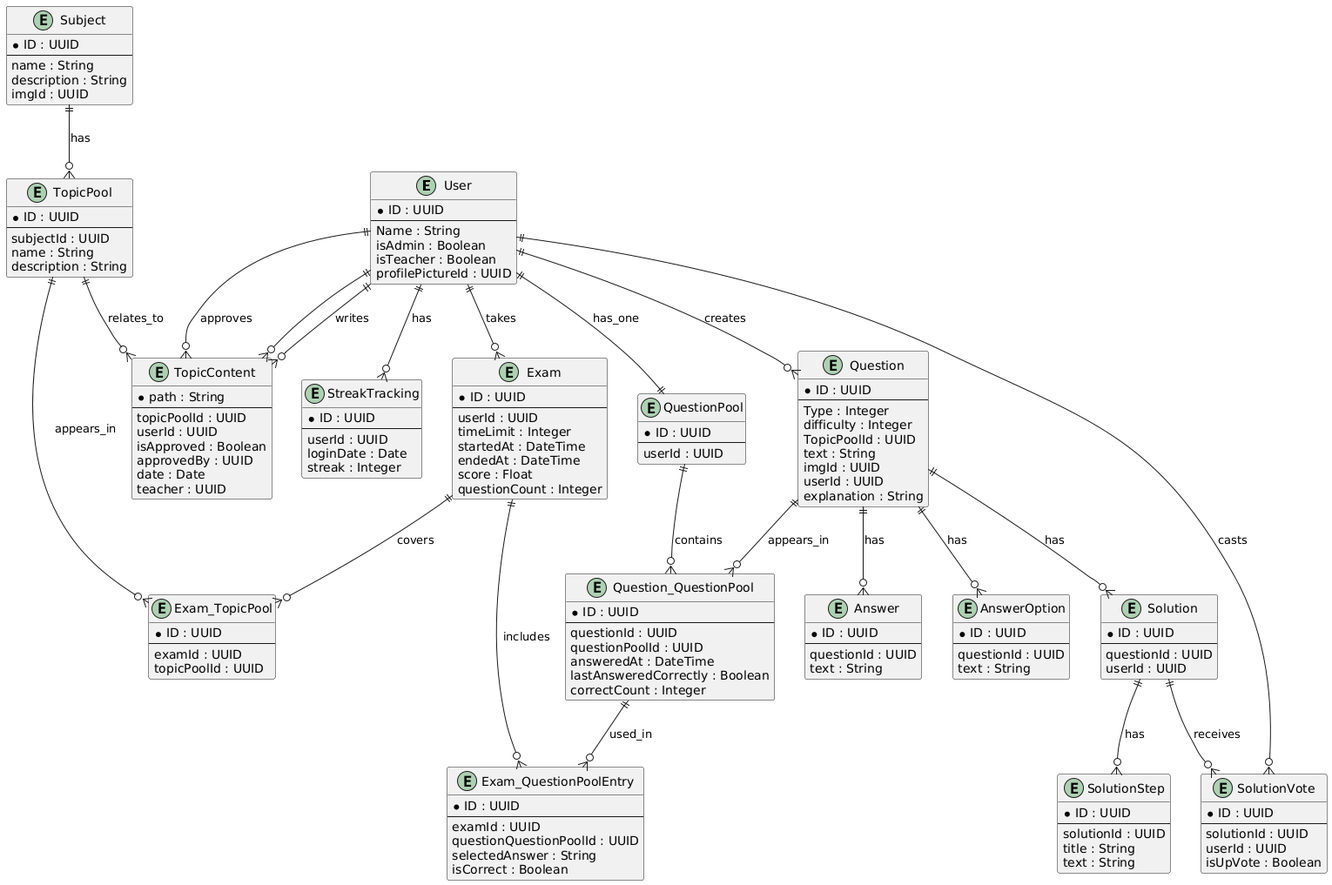
LearnHubDipl/Diplomarbeit keeps this PlantUML diagram as documentation/datamodel/datamodel.png. Above is the earlier version.
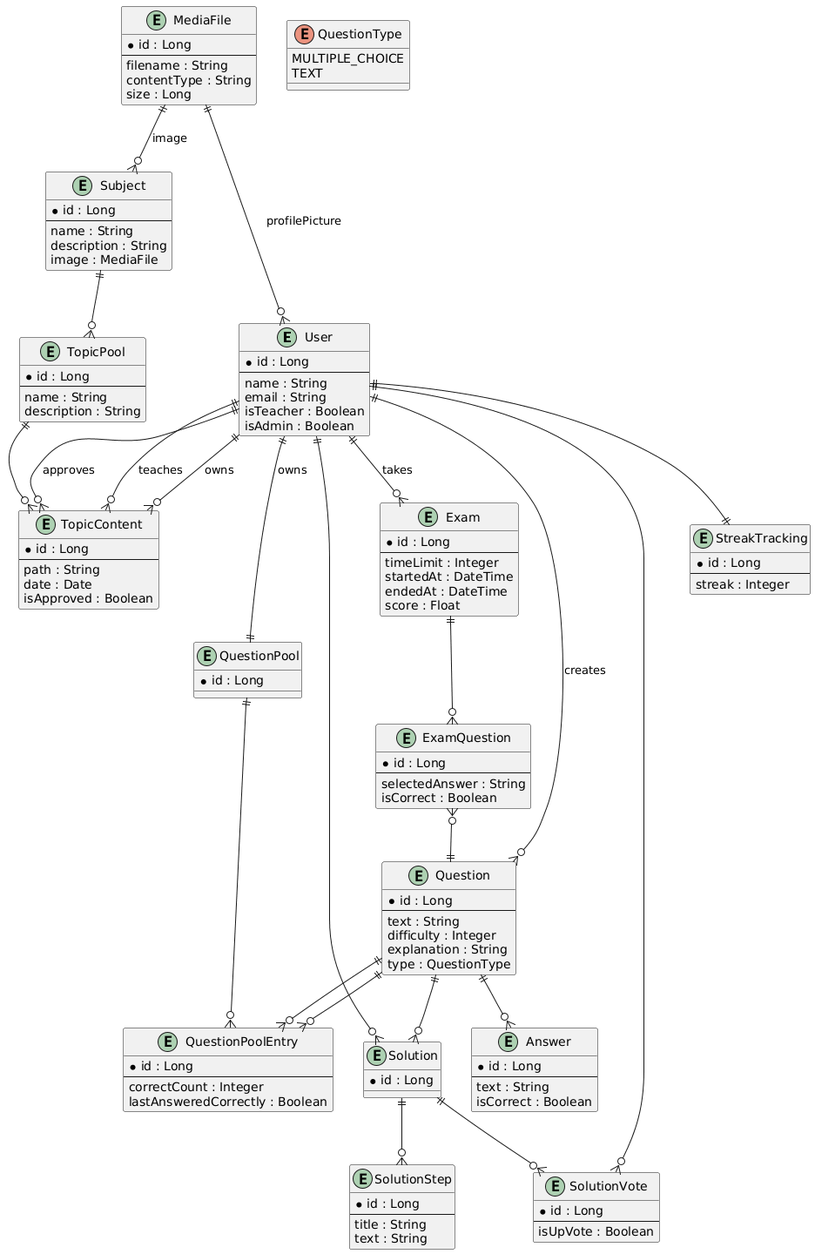
Later version of the same file.

Diff of the diagram source:
```diff
@@ -1,161 +1,143 @@
 @startuml
 entity User {
-  * ID : UUID
+  * id : Long
   --
-  Name : String
+  name : String
+  email : String
+  isTeacher : Boolean
   isAdmin : Boolean
-  isTeacher : Boolean
-  profilePictureId : UUID
 }
 
-entity Question {
-  * ID : UUID
+entity MediaFile {
+  * id : Long
   --
-  Type : Integer
-  difficulty : Integer
-  TopicPoolId : UUID
-  text : String
-  imgId : UUID
-  userId : UUID
-  explanation : String
-}
-
-entity AnswerOption {
-  * ID : UUID
-  --
-  questionId : UUID
-  text : String
-}
-
-entity Answer {
-  * ID : UUID
-  --
-  questionId : UUID
-  text : String
-}
-
-entity QuestionPool {
-  * ID : UUID
-  --
-  userId : UUID
-}
-
-entity Question_QuestionPool {
-  * ID : UUID
-  --
-  questionId : UUID
-  questionPoolId : UUID
-  answeredAt : DateTime
-  lastAnsweredCorrectly : Boolean
-  correctCount : Integer
-}
-
-entity StreakTracking {
-  * ID : UUID
-  --
-  userId : UUID
-  loginDate : Date
-  streak : Integer
-}
-
-entity TopicContent {
-  * path : String
-  --
-  topicPoolId : UUID
-  userId : UUID
-  isApproved : Boolean
-  approvedBy : UUID
-  date : Date
-  teacher : UUID
+  filename : String
+  contentType : String
+  size : Long
 }
 
 entity Subject {
-  * ID : UUID
+  * id : Long
   --
   name : String
   description : String
-  imgId : UUID
+  image : MediaFile
 }
 
 entity TopicPool {
-  * ID : UUID
+  * id : Long
   --
-  subjectId : UUID
   name : String
   description : String
 }
 
+entity TopicContent {
+  * id : Long
+  --
+  path : String
+  date : Date
+  isApproved : Boolean
+}
+
+entity Question {
+  * id : Long
+  --
+  text : String
+  difficulty : Integer
+  explanation : String
+  type : QuestionType
+}
+
+enum QuestionType {
+  MULTIPLE_CHOICE
+  TEXT
+}
+
+entity Answer {
+  * id : Long
+  --
+  text : String
+  isCorrect : Boolean
+}
+
+entity QuestionPool {
+  * id : Long
+}
+
+entity QuestionPoolEntry {
+  * id : Long
+  --
+  correctCount : Integer
+  lastAnsweredCorrectly : Boolean
+}
+
+entity StreakTracking {
+  * id : Long
+  --
+  streak : Integer
+}
+
 entity Solution {
-  * ID : UUID
-  --
-  questionId : UUID
-  userId : UUID
+  * id : Long
 }
 
 entity SolutionStep {
-  * ID : UUID
+  * id : Long
   --
-  solutionId : UUID
   title : String
   text : String
 }
 
 entity SolutionVote {
-  * ID : UUID
+  * id : Long
   --
-  solutionId : UUID
-  userId : UUID
   isUpVote : Boolean
 }
 
 entity Exam {
-  * ID : UUID
+  * id : Long
   --
-  userId : UUID
   timeLimit : Integer
   startedAt : DateTime
   endedAt : DateTime
   score : Float
-  questionCount : Integer
 }
 
-entity Exam_TopicPool {
-  * ID : UUID
+entity ExamQuestion {
+  * id : Long
   --
-  examId : UUID
-  topicPoolId : UUID
-}
-
-entity Exam_QuestionPoolEntry {
-  * ID : UUID
-  --
-  examId : UUID
-  questionQuestionPoolId : UUID
   selectedAnswer : String
   isCorrect : Boolean
 }
 
 
+User ||--o{ Question : creates
+User ||--|| QuestionPool : owns
+User ||--o{ Exam : takes
+User ||--|| StreakTracking
+User ||--o{ Solution
+User ||--o{ SolutionVote
 
-User ||--o{ Question : creates
-Question ||--o{ AnswerOption : has
-Question ||--o{ Answer : has
-QuestionPool ||--o{ Question_QuestionPool : contains
-Question ||--o{ Question_QuestionPool : appears_in
-User ||--|| QuestionPool : has_one
-User ||--o{ StreakTracking : has
-User ||--o{ TopicContent : writes
+User ||--o{ TopicContent : owns
 User ||--o{ TopicContent : approves
-User ||--o{ TopicContent
-TopicPool ||--o{ TopicContent : relates_to
-Subject ||--o{ TopicPool : has
-Question ||--o{ Solution : has
-Solution ||--o{ SolutionStep : has
-Solution ||--o{ SolutionVote : receives
-User ||--o{ SolutionVote : casts
-Exam ||--o{ Exam_TopicPool : covers
-TopicPool ||--o{ Exam_TopicPool : appears_in
-User ||--o{ Exam : takes
-Exam ||--o{ Exam_QuestionPoolEntry : includes
-Question_QuestionPool ||--o{ Exam_QuestionPoolEntry : used_in
+User ||--o{ TopicContent : teaches
+
+MediaFile ||--o{ User : profilePicture
+MediaFile ||--o{ Subject : image
+
+Subject ||--o{ TopicPool
+TopicPool ||--o{ TopicContent
+
+Question ||--o{ Answer
+Question ||--o{ Solution
+Question ||--o{ QuestionPoolEntry
+
+QuestionPool ||--o{ QuestionPoolEntry
+QuestionPoolEntry }o--|| Question
+
+Solution ||--o{ SolutionStep
+Solution ||--o{ SolutionVote
+
+Exam ||--o{ ExamQuestion
+ExamQuestion }o--|| Question
 @enduml
```
